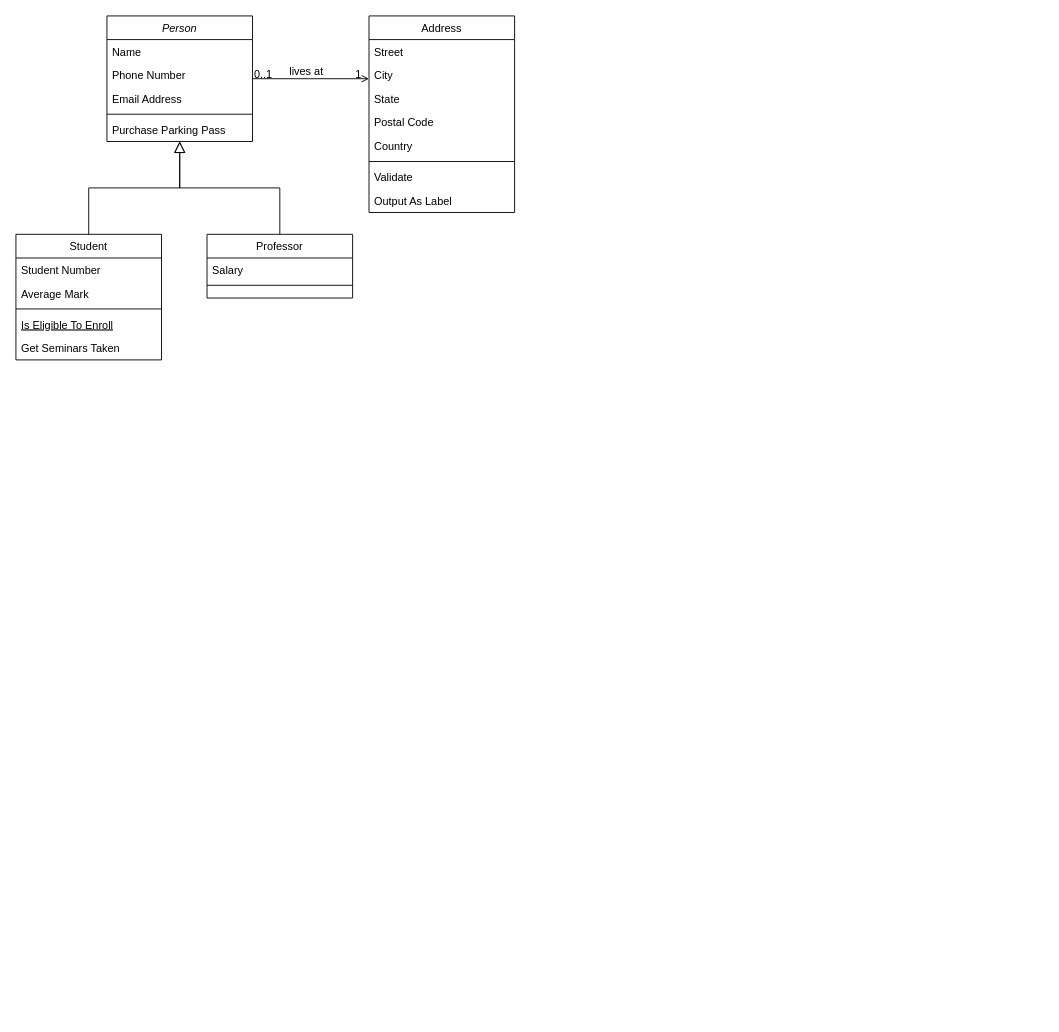
Above: public/Untitled Diagram.drawio in bapcai02/DATN (draw.io), before the change. Source tidied: cells renumbered, new cells numbered last; positions are measured from the earlier drawing's top-left corner, leaving out a move shared by most shapes. Both pictures are drawn from the tidied source at 91%, with x=0, y=0 at pixel (15, 15).
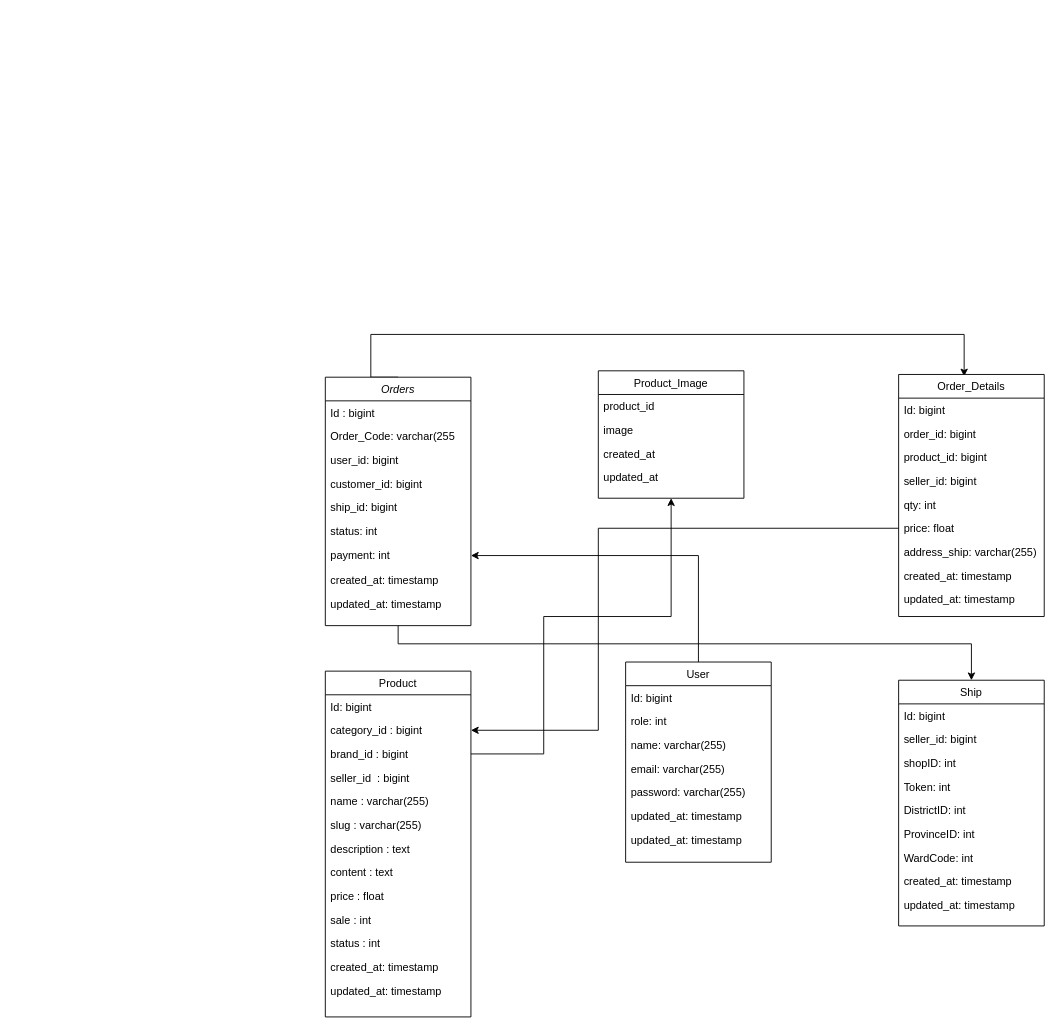
The same diagram, later.

Change to the diagram source:
```diff
@@
+    <mxCell id="28" style="edgeStyle=orthogonalEdgeStyle;rounded=0;jettySize=auto;html=1;exitX=0.5;exitY=0;exitDx=0;exitDy=0;entryX=0.45;entryY=0.008;entryDx=0;entryDy=0;entryPerimeter=0;" parent="1" edge="1" source="2" target="19">
+      <mxGeometry relative="1" as="geometry">
+        <Array as="points">
+          <mxPoint x="390" y="397" />
+          <mxPoint x="390" y="350" />
+          <mxPoint x="1042" y="350" />
+        </Array>
+      </mxGeometry>
+    </mxCell>
+    <mxCell id="32" style="edgeStyle=orthogonalEdgeStyle;rounded=0;jettySize=auto;html=1;exitX=0.5;exitY=1;exitDx=0;exitDy=0;entryX=0.5;entryY=0;entryDx=0;entryDy=0;" parent="1" edge="1" source="2" target="53">
+      <mxGeometry relative="1" as="geometry">
+        <Array as="points">
+          <mxPoint x="420" y="690" />
+          <mxPoint x="1050" y="690" />
+        </Array>
+      </mxGeometry>
+    </mxCell>
-    <mxCell id="2" value="Person" style="swimlane;fontStyle=2;align=center;verticalAlign=top;horizontal=1;startSize=26;rounded=0;shadow=0;strokeWidth=1;" parent="1" vertex="1">
-      <mxGeometry x="100" width="160" height="138" as="geometry" />
+    <mxCell id="2" value="Orders" style="swimlane;fontStyle=2;align=center;verticalAlign=top;horizontal=1;startSize=26;rounded=0;shadow=0;strokeWidth=1;" parent="1" vertex="1">
+      <mxGeometry x="340" y="397" width="160" height="273" as="geometry" />
     </mxCell>
-    <mxCell id="3" value="Name" style="text;align=left;verticalAlign=top;spacingLeft=4;spacingRight=4;overflow=hidden;" parent="2" vertex="1">
+    <mxCell id="3" value="Id : bigint" style="text;align=left;verticalAlign=top;spacingLeft=4;spacingRight=4;overflow=hidden;" parent="2" vertex="1">
       <mxGeometry y="26" width="160" height="26" as="geometry" />
     </mxCell>
-    <mxCell id="4" value="Phone Number" style="text;align=left;verticalAlign=top;spacingLeft=4;spacingRight=4;overflow=hidden;rounded=0;shadow=0;html=0;" parent="2" vertex="1">
+    <mxCell id="4" value="Order_Code: varchar(255&#10; " style="text;align=left;verticalAlign=top;spacingLeft=4;spacingRight=4;overflow=hidden;rounded=0;shadow=0;html=0;" parent="2" vertex="1">
       <mxGeometry y="52" width="160" height="26" as="geometry" />
     </mxCell>
-    <mxCell id="5" value="Email Address" style="text;align=left;verticalAlign=top;spacingLeft=4;spacingRight=4;overflow=hidden;rounded=0;shadow=0;html=0;" parent="2" vertex="1">
+    <mxCell id="5" value="user_id: bigint" style="text;align=left;verticalAlign=top;spacingLeft=4;spacingRight=4;overflow=hidden;rounded=0;shadow=0;html=0;" parent="2" vertex="1">
       <mxGeometry y="78" width="160" height="26" as="geometry" />
     </mxCell>
-    <mxCell id="6" style="line;html=1;strokeWidth=1;align=left;verticalAlign=middle;spacingTop=-1;spacingLeft=3;spacingRight=3;labelPosition=right;" parent="2" vertex="1">
-      <mxGeometry y="104" width="160" height="8" as="geometry" />
-    </mxCell>
-    <mxCell id="7" value="Purchase Parking Pass" style="text;align=left;verticalAlign=top;spacingLeft=4;spacingRight=4;overflow=hidden;" parent="2" vertex="1">
-      <mxGeometry y="112" width="160" height="26" as="geometry" />
+    <mxCell id="7" value="customer_id: bigint&#10; &#10;&#10;" style="text;align=left;verticalAlign=top;spacingLeft=4;spacingRight=4;overflow=hidden;" parent="2" vertex="1">
+      <mxGeometry y="104" width="160" height="26" as="geometry" />
     </mxCell>
+    <mxCell id="33" value="ship_id: bigint&#10;&#10;&#10;" style="text;align=left;verticalAlign=top;spacingLeft=4;spacingRight=4;overflow=hidden;" parent="2" vertex="1">
+      <mxGeometry y="130" width="160" height="26" as="geometry" />
+    </mxCell>
+    <mxCell id="34" value="status: int&#10;&#10;&#10;" style="text;align=left;verticalAlign=top;spacingLeft=4;spacingRight=4;overflow=hidden;" parent="2" vertex="1">
+      <mxGeometry y="156" width="160" height="26" as="geometry" />
+    </mxCell>
+    <mxCell id="35" value="payment: int" style="text;align=left;verticalAlign=top;spacingLeft=4;spacingRight=4;overflow=hidden;points=[[0,0.5],[1,0.5]];portConstraint=eastwest;" parent="2" vertex="1">
+      <mxGeometry y="182" width="160" height="28" as="geometry" />
+    </mxCell>
+    <mxCell id="36" value="created_at: timestamp&#10;&#10;&#10;" style="text;align=left;verticalAlign=top;spacingLeft=4;spacingRight=4;overflow=hidden;" parent="2" vertex="1">
+      <mxGeometry y="210" width="160" height="26" as="geometry" />
+    </mxCell>
+    <mxCell id="37" value="updated_at: timestamp&#10;&#10;&#10;" style="text;align=left;verticalAlign=top;spacingLeft=4;spacingRight=4;overflow=hidden;" parent="2" vertex="1">
+      <mxGeometry y="236" width="160" height="24" as="geometry" />
+    </mxCell>
-    <mxCell id="8" value="Student" style="swimlane;fontStyle=0;align=center;verticalAlign=top;horizontal=1;startSize=26;rounded=0;shadow=0;strokeWidth=1;" parent="1" vertex="1">
-      <mxGeometry y="240" width="160" height="138" as="geometry" />
+    <mxCell id="8" value="Product" style="swimlane;fontStyle=0;align=center;verticalAlign=top;horizontal=1;startSize=26;rounded=0;shadow=0;strokeWidth=1;" parent="1" vertex="1">
+      <mxGeometry x="340" y="720" width="160" height="380" as="geometry" />
     </mxCell>
-    <mxCell id="9" value="Student Number" style="text;align=left;verticalAlign=top;spacingLeft=4;spacingRight=4;overflow=hidden;" parent="8" vertex="1">
+    <mxCell id="9" value="Id: bigint" style="text;align=left;verticalAlign=top;spacingLeft=4;spacingRight=4;overflow=hidden;" parent="8" vertex="1">
       <mxGeometry y="26" width="160" height="26" as="geometry" />
     </mxCell>
-    <mxCell id="10" value="Average Mark" style="text;align=left;verticalAlign=top;spacingLeft=4;spacingRight=4;overflow=hidden;points=[[0,0.5],[1,0.5]];portConstraint=eastwest;rounded=0;shadow=0;html=0;" parent="8" vertex="1">
+    <mxCell id="10" value="category_id : bigint" style="text;align=left;verticalAlign=top;spacingLeft=4;spacingRight=4;overflow=hidden;points=[[0,0.5],[1,0.5]];portConstraint=eastwest;rounded=0;shadow=0;html=0;" parent="8" vertex="1">
       <mxGeometry y="52" width="160" height="26" as="geometry" />
     </mxCell>
-    <mxCell id="11" style="line;html=1;strokeWidth=1;align=left;verticalAlign=middle;spacingTop=-1;spacingLeft=3;spacingRight=3;labelPosition=right;" parent="8" vertex="1">
-      <mxGeometry y="78" width="160" height="8" as="geometry" />
-    </mxCell>
-    <mxCell id="12" value="Is Eligible To Enroll" style="text;align=left;verticalAlign=top;spacingLeft=4;spacingRight=4;overflow=hidden;fontStyle=4;" parent="8" vertex="1">
-      <mxGeometry y="86" width="160" height="26" as="geometry" />
-    </mxCell>
-    <mxCell id="13" value="Get Seminars Taken" style="text;align=left;verticalAlign=top;spacingLeft=4;spacingRight=4;overflow=hidden;points=[[0,0.5],[1,0.5]];portConstraint=eastwest;" parent="8" vertex="1">
-      <mxGeometry y="112" width="160" height="26" as="geometry" />
+    <mxCell id="13" value="brand_id : bigint" style="text;align=left;verticalAlign=top;spacingLeft=4;spacingRight=4;overflow=hidden;points=[[0,0.5],[1,0.5]];portConstraint=eastwest;fontStyle=0;" parent="8" vertex="1">
+      <mxGeometry y="78" width="160" height="26" as="geometry" />
     </mxCell>
-    <mxCell id="14" style="endArrow=block;endSize=10;endFill=0;shadow=0;strokeWidth=1;rounded=0;edgeStyle=elbowEdgeStyle;elbow=vertical;" parent="1" edge="1" source="8" target="2">
-      <mxGeometry relative="1" as="geometry" />
-    </mxCell>
+    <mxCell id="38" value="seller_id  : bigint" style="text;align=left;verticalAlign=top;spacingLeft=4;spacingRight=4;overflow=hidden;fontStyle=0;" parent="8" vertex="1">
+      <mxGeometry y="104" width="160" height="26" as="geometry" />
+    </mxCell>
+    <mxCell id="39" value="name : varchar(255)" style="text;align=left;verticalAlign=top;spacingLeft=4;spacingRight=4;overflow=hidden;fontStyle=0;" parent="8" vertex="1">
+      <mxGeometry y="130" width="160" height="26" as="geometry" />
+    </mxCell>
+    <mxCell id="40" value="slug : varchar(255)" style="text;align=left;verticalAlign=top;spacingLeft=4;spacingRight=4;overflow=hidden;fontStyle=0;" parent="8" vertex="1">
+      <mxGeometry y="156" width="160" height="26" as="geometry" />
+    </mxCell>
+    <mxCell id="41" value="description : text" style="text;align=left;verticalAlign=top;spacingLeft=4;spacingRight=4;overflow=hidden;fontStyle=0;" parent="8" vertex="1">
+      <mxGeometry y="182" width="160" height="26" as="geometry" />
+    </mxCell>
+    <mxCell id="42" value="content : text" style="text;align=left;verticalAlign=top;spacingLeft=4;spacingRight=4;overflow=hidden;fontStyle=0;" parent="8" vertex="1">
+      <mxGeometry y="208" width="160" height="26" as="geometry" />
+    </mxCell>
+    <mxCell id="43" value="price : float" style="text;align=left;verticalAlign=top;spacingLeft=4;spacingRight=4;overflow=hidden;fontStyle=0;" parent="8" vertex="1">
+      <mxGeometry y="234" width="160" height="26" as="geometry" />
+    </mxCell>
+    <mxCell id="44" value="sale : int" style="text;align=left;verticalAlign=top;spacingLeft=4;spacingRight=4;overflow=hidden;fontStyle=0;" parent="8" vertex="1">
+      <mxGeometry y="260" width="160" height="26" as="geometry" />
+    </mxCell>
+    <mxCell id="45" value="status : int" style="text;align=left;verticalAlign=top;spacingLeft=4;spacingRight=4;overflow=hidden;fontStyle=0;" parent="8" vertex="1">
+      <mxGeometry y="286" width="160" height="26" as="geometry" />
+    </mxCell>
+    <mxCell id="46" value="created_at: timestamp" style="text;align=left;verticalAlign=top;spacingLeft=4;spacingRight=4;overflow=hidden;fontStyle=0;" parent="8" vertex="1">
+      <mxGeometry y="312" width="160" height="26" as="geometry" />
+    </mxCell>
+    <mxCell id="47" value="updated_at: timestamp" style="text;align=left;verticalAlign=top;spacingLeft=4;spacingRight=4;overflow=hidden;fontStyle=0;" parent="8" vertex="1">
+      <mxGeometry y="338" width="160" height="26" as="geometry" />
+    </mxCell>
-    <mxCell id="15" value="Professor" style="swimlane;fontStyle=0;align=center;verticalAlign=top;horizontal=1;startSize=26;rounded=0;shadow=0;strokeWidth=1;" parent="1" vertex="1">
-      <mxGeometry x="210" y="240" width="160" height="70" as="geometry" />
+    <mxCell id="15" value="Product_Image" style="swimlane;fontStyle=0;align=center;verticalAlign=top;horizontal=1;startSize=26;rounded=0;shadow=0;strokeWidth=1;" parent="1" vertex="1">
+      <mxGeometry x="640" y="390" width="160" height="140" as="geometry" />
     </mxCell>
-    <mxCell id="16" value="Salary" style="text;align=left;verticalAlign=top;spacingLeft=4;spacingRight=4;overflow=hidden;" parent="15" vertex="1">
+    <mxCell id="16" value="product_id" style="text;align=left;verticalAlign=top;spacingLeft=4;spacingRight=4;overflow=hidden;" parent="15" vertex="1">
       <mxGeometry y="26" width="160" height="26" as="geometry" />
     </mxCell>
-    <mxCell id="17" style="line;html=1;strokeWidth=1;align=left;verticalAlign=middle;spacingTop=-1;spacingLeft=3;spacingRight=3;labelPosition=right;" parent="15" vertex="1">
-      <mxGeometry y="52" width="160" height="8" as="geometry" />
-    </mxCell>
-    <mxCell id="18" style="endArrow=block;endSize=10;endFill=0;shadow=0;strokeWidth=1;rounded=0;edgeStyle=elbowEdgeStyle;elbow=vertical;" parent="1" edge="1" source="15" target="2">
-      <mxGeometry relative="1" as="geometry" />
-    </mxCell>
+    <mxCell id="48" value="image" style="text;align=left;verticalAlign=top;spacingLeft=4;spacingRight=4;overflow=hidden;" parent="15" vertex="1">
+      <mxGeometry y="52" width="160" height="26" as="geometry" />
+    </mxCell>
+    <mxCell id="49" value="created_at" style="text;align=left;verticalAlign=top;spacingLeft=4;spacingRight=4;overflow=hidden;" parent="15" vertex="1">
+      <mxGeometry y="78" width="160" height="26" as="geometry" />
+    </mxCell>
+    <mxCell id="50" value="updated_at" style="text;align=left;verticalAlign=top;spacingLeft=4;spacingRight=4;overflow=hidden;" parent="15" vertex="1">
+      <mxGeometry y="104" width="160" height="26" as="geometry" />
+    </mxCell>
-    <mxCell id="19" value="Address" style="swimlane;fontStyle=0;align=center;verticalAlign=top;horizontal=1;startSize=26;rounded=0;shadow=0;strokeWidth=1;" parent="1" vertex="1">
-      <mxGeometry x="388" width="160" height="216" as="geometry" />
+    <mxCell id="19" value="Order_Details" style="swimlane;fontStyle=0;align=center;verticalAlign=top;horizontal=1;startSize=26;rounded=0;shadow=0;strokeWidth=1;" parent="1" vertex="1">
+      <mxGeometry x="970" y="394" width="160" height="266" as="geometry" />
     </mxCell>
-    <mxCell id="20" value="Street" style="text;align=left;verticalAlign=top;spacingLeft=4;spacingRight=4;overflow=hidden;" parent="19" vertex="1">
+    <mxCell id="20" value="Id: bigint" style="text;align=left;verticalAlign=top;spacingLeft=4;spacingRight=4;overflow=hidden;" parent="19" vertex="1">
       <mxGeometry y="26" width="160" height="26" as="geometry" />
     </mxCell>
-    <mxCell id="21" value="City" style="text;align=left;verticalAlign=top;spacingLeft=4;spacingRight=4;overflow=hidden;rounded=0;shadow=0;html=0;" parent="19" vertex="1">
+    <mxCell id="21" value="order_id: bigint&#10; " style="text;align=left;verticalAlign=top;spacingLeft=4;spacingRight=4;overflow=hidden;rounded=0;shadow=0;html=0;" parent="19" vertex="1">
       <mxGeometry y="52" width="160" height="26" as="geometry" />
     </mxCell>
-    <mxCell id="22" value="State" style="text;align=left;verticalAlign=top;spacingLeft=4;spacingRight=4;overflow=hidden;rounded=0;shadow=0;html=0;" parent="19" vertex="1">
+    <mxCell id="22" value="product_id: bigint&#10; &#10;&#10;" style="text;align=left;verticalAlign=top;spacingLeft=4;spacingRight=4;overflow=hidden;rounded=0;shadow=0;html=0;" parent="19" vertex="1">
       <mxGeometry y="78" width="160" height="26" as="geometry" />
     </mxCell>
-    <mxCell id="23" value="Postal Code" style="text;align=left;verticalAlign=top;spacingLeft=4;spacingRight=4;overflow=hidden;rounded=0;shadow=0;html=0;" parent="19" vertex="1">
+    <mxCell id="23" value="seller_id: bigint&#10; &#10;&#10;" style="text;align=left;verticalAlign=top;spacingLeft=4;spacingRight=4;overflow=hidden;rounded=0;shadow=0;html=0;" parent="19" vertex="1">
       <mxGeometry y="104" width="160" height="26" as="geometry" />
     </mxCell>
-    <mxCell id="24" value="Country" style="text;align=left;verticalAlign=top;spacingLeft=4;spacingRight=4;overflow=hidden;rounded=0;shadow=0;html=0;" parent="19" vertex="1">
+    <mxCell id="24" value="qty: int" style="text;align=left;verticalAlign=top;spacingLeft=4;spacingRight=4;overflow=hidden;rounded=0;shadow=0;html=0;" parent="19" vertex="1">
       <mxGeometry y="130" width="160" height="26" as="geometry" />
     </mxCell>
-    <mxCell id="25" style="line;html=1;strokeWidth=1;align=left;verticalAlign=middle;spacingTop=-1;spacingLeft=3;spacingRight=3;labelPosition=right;" parent="19" vertex="1">
-      <mxGeometry y="156" width="160" height="8" as="geometry" />
-    </mxCell>
-    <mxCell id="26" value="Validate" style="text;align=left;verticalAlign=top;spacingLeft=4;spacingRight=4;overflow=hidden;points=[[0,0.5],[1,0.5]];portConstraint=eastwest;" parent="19" vertex="1">
-      <mxGeometry y="164" width="160" height="26" as="geometry" />
+    <mxCell id="26" value="price: float&#10;&#10;" style="text;align=left;verticalAlign=top;spacingLeft=4;spacingRight=4;overflow=hidden;points=[[0,0.5],[1,0.5]];portConstraint=eastwest;" parent="19" vertex="1">
+      <mxGeometry y="156" width="160" height="26" as="geometry" />
     </mxCell>
-    <mxCell id="27" value="Output As Label" style="text;align=left;verticalAlign=top;spacingLeft=4;spacingRight=4;overflow=hidden;" parent="19" vertex="1">
-      <mxGeometry y="190" width="160" height="26" as="geometry" />
+    <mxCell id="27" value="address_ship: varchar(255)" style="text;align=left;verticalAlign=top;spacingLeft=4;spacingRight=4;overflow=hidden;" parent="19" vertex="1">
+      <mxGeometry y="182" width="160" height="26" as="geometry" />
     </mxCell>
-    <mxCell id="28" style="endArrow=open;shadow=0;strokeWidth=1;rounded=0;endFill=1;edgeStyle=elbowEdgeStyle;elbow=vertical;" parent="1" edge="1" source="2" target="19">
-      <mxGeometry x="0.5" y="41" relative="1" as="geometry">
-        <mxPoint x="-40" y="32" as="offset" />
-      </mxGeometry>
-    </mxCell>
-    <mxCell id="29" value="0..1" style="align=left;verticalAlign=bottom;labelBackgroundColor=none;fontSize=12;" parent="28" vertex="1">
-      <mxGeometry x="-1" relative="1" as="geometry">
-        <mxPoint y="4" as="offset" />
-      </mxGeometry>
-    </mxCell>
-    <mxCell id="30" value="1" style="align=right;verticalAlign=bottom;labelBackgroundColor=none;fontSize=12;" parent="28" vertex="1">
-      <mxGeometry x="1" relative="1" as="geometry">
-        <mxPoint x="-7" y="4" as="offset" />
-      </mxGeometry>
-    </mxCell>
-    <mxCell id="31" value="lives at" style="text;html=1;align=center;verticalAlign=middle;labelBackgroundColor=none;rounded=0;shadow=0;strokeWidth=1;fontSize=12;" parent="28" vertex="1">
-      <mxGeometry x="0.5" y="49" relative="1" as="geometry">
-        <mxPoint x="-38" y="40" as="offset" />
-      </mxGeometry>
-    </mxCell>
+    <mxCell id="51" value="created_at: timestamp" style="text;align=left;verticalAlign=top;spacingLeft=4;spacingRight=4;overflow=hidden;" parent="19" vertex="1">
+      <mxGeometry y="208" width="160" height="26" as="geometry" />
+    </mxCell>
+    <mxCell id="52" value="updated_at: timestamp" style="text;align=left;verticalAlign=top;spacingLeft=4;spacingRight=4;overflow=hidden;" parent="19" vertex="1">
+      <mxGeometry y="234" width="160" height="26" as="geometry" />
+    </mxCell>
+    <mxCell id="53" value="Ship" style="swimlane;fontStyle=0;align=center;verticalAlign=top;horizontal=1;startSize=26;rounded=0;shadow=0;strokeWidth=1;" parent="1" vertex="1">
+      <mxGeometry x="970" y="730" width="160" height="270" as="geometry" />
+    </mxCell>
+    <mxCell id="54" value="Id: bigint" style="text;align=left;verticalAlign=top;spacingLeft=4;spacingRight=4;overflow=hidden;" parent="53" vertex="1">
+      <mxGeometry y="26" width="160" height="26" as="geometry" />
+    </mxCell>
+    <mxCell id="55" value="seller_id: bigint" style="text;align=left;verticalAlign=top;spacingLeft=4;spacingRight=4;overflow=hidden;rounded=0;shadow=0;html=0;" parent="53" vertex="1">
+      <mxGeometry y="52" width="160" height="26" as="geometry" />
+    </mxCell>
+    <mxCell id="56" value="shopID: int" style="text;align=left;verticalAlign=top;spacingLeft=4;spacingRight=4;overflow=hidden;rounded=0;shadow=0;html=0;" parent="53" vertex="1">
+      <mxGeometry y="78" width="160" height="26" as="geometry" />
+    </mxCell>
+    <mxCell id="57" value="Token: int&#10;&#10;" style="text;align=left;verticalAlign=top;spacingLeft=4;spacingRight=4;overflow=hidden;rounded=0;shadow=0;html=0;" parent="53" vertex="1">
+      <mxGeometry y="104" width="160" height="26" as="geometry" />
+    </mxCell>
+    <mxCell id="58" value="DistrictID: int" style="text;align=left;verticalAlign=top;spacingLeft=4;spacingRight=4;overflow=hidden;rounded=0;shadow=0;html=0;" parent="53" vertex="1">
+      <mxGeometry y="130" width="160" height="26" as="geometry" />
+    </mxCell>
+    <mxCell id="59" value="ProvinceID: int" style="text;align=left;verticalAlign=top;spacingLeft=4;spacingRight=4;overflow=hidden;" parent="53" vertex="1">
+      <mxGeometry y="156" width="160" height="26" as="geometry" />
+    </mxCell>
+    <mxCell id="60" value="WardCode: int" style="text;align=left;verticalAlign=top;spacingLeft=4;spacingRight=4;overflow=hidden;" parent="53" vertex="1">
+      <mxGeometry y="182" width="160" height="26" as="geometry" />
+    </mxCell>
+    <mxCell id="61" value="created_at: timestamp" style="text;align=left;verticalAlign=top;spacingLeft=4;spacingRight=4;overflow=hidden;" parent="53" vertex="1">
+      <mxGeometry y="208" width="160" height="26" as="geometry" />
+    </mxCell>
+    <mxCell id="62" value="updated_at: timestamp" style="text;align=left;verticalAlign=top;spacingLeft=4;spacingRight=4;overflow=hidden;" parent="53" vertex="1">
+      <mxGeometry y="234" width="160" height="26" as="geometry" />
+    </mxCell>
+    <mxCell id="63" style="edgeStyle=orthogonalEdgeStyle;rounded=0;jettySize=auto;html=1;exitX=0.5;exitY=0;exitDx=0;exitDy=0;entryX=1;entryY=0.5;entryDx=0;entryDy=0;" parent="1" edge="1" source="64" target="35">
+      <mxGeometry relative="1" as="geometry" />
+    </mxCell>
+    <mxCell id="64" value="User" style="swimlane;fontStyle=0;align=center;verticalAlign=top;horizontal=1;startSize=26;rounded=0;shadow=0;strokeWidth=1;" parent="1" vertex="1">
+      <mxGeometry x="670" y="710" width="160" height="220" as="geometry" />
+    </mxCell>
+    <mxCell id="65" value="Id: bigint" style="text;align=left;verticalAlign=top;spacingLeft=4;spacingRight=4;overflow=hidden;" parent="64" vertex="1">
+      <mxGeometry y="26" width="160" height="26" as="geometry" />
+    </mxCell>
+    <mxCell id="66" value="role: int" style="text;align=left;verticalAlign=top;spacingLeft=4;spacingRight=4;overflow=hidden;" parent="64" vertex="1">
+      <mxGeometry y="52" width="160" height="26" as="geometry" />
+    </mxCell>
+    <mxCell id="67" value="name: varchar(255)&#10; &#10;" style="text;align=left;verticalAlign=top;spacingLeft=4;spacingRight=4;overflow=hidden;" parent="64" vertex="1">
+      <mxGeometry y="78" width="160" height="26" as="geometry" />
+    </mxCell>
+    <mxCell id="68" value="email: varchar(255)" style="text;align=left;verticalAlign=top;spacingLeft=4;spacingRight=4;overflow=hidden;" parent="64" vertex="1">
+      <mxGeometry y="104" width="160" height="26" as="geometry" />
+    </mxCell>
+    <mxCell id="69" value="password: varchar(255)" style="text;align=left;verticalAlign=top;spacingLeft=4;spacingRight=4;overflow=hidden;" parent="64" vertex="1">
+      <mxGeometry y="130" width="160" height="26" as="geometry" />
+    </mxCell>
+    <mxCell id="70" value="updated_at: timestamp" style="text;align=left;verticalAlign=top;spacingLeft=4;spacingRight=4;overflow=hidden;" parent="64" vertex="1">
+      <mxGeometry y="156" width="160" height="26" as="geometry" />
+    </mxCell>
+    <mxCell id="71" value="updated_at: timestamp" style="text;align=left;verticalAlign=top;spacingLeft=4;spacingRight=4;overflow=hidden;" parent="64" vertex="1">
+      <mxGeometry y="182" width="160" height="26" as="geometry" />
+    </mxCell>
+    <mxCell id="72" style="edgeStyle=orthogonalEdgeStyle;rounded=0;jettySize=auto;html=1;exitX=1;exitY=0.5;exitDx=0;exitDy=0;entryX=0.5;entryY=1;entryDx=0;entryDy=0;" parent="1" edge="1" source="13" target="15">
+      <mxGeometry relative="1" as="geometry">
+        <Array as="points">
+          <mxPoint x="580" y="811" />
+          <mxPoint x="580" y="660" />
+          <mxPoint x="720" y="660" />
+        </Array>
+      </mxGeometry>
+    </mxCell>
+    <mxCell id="73" style="edgeStyle=orthogonalEdgeStyle;rounded=0;jettySize=auto;html=1;exitX=0;exitY=0.5;exitDx=0;exitDy=0;entryX=1;entryY=0.5;entryDx=0;entryDy=0;" parent="1" edge="1" source="26" target="10">
+      <mxGeometry relative="1" as="geometry">
+        <Array as="points">
+          <mxPoint x="640" y="563" />
+          <mxPoint x="640" y="785" />
+        </Array>
+      </mxGeometry>
+    </mxCell>
```
